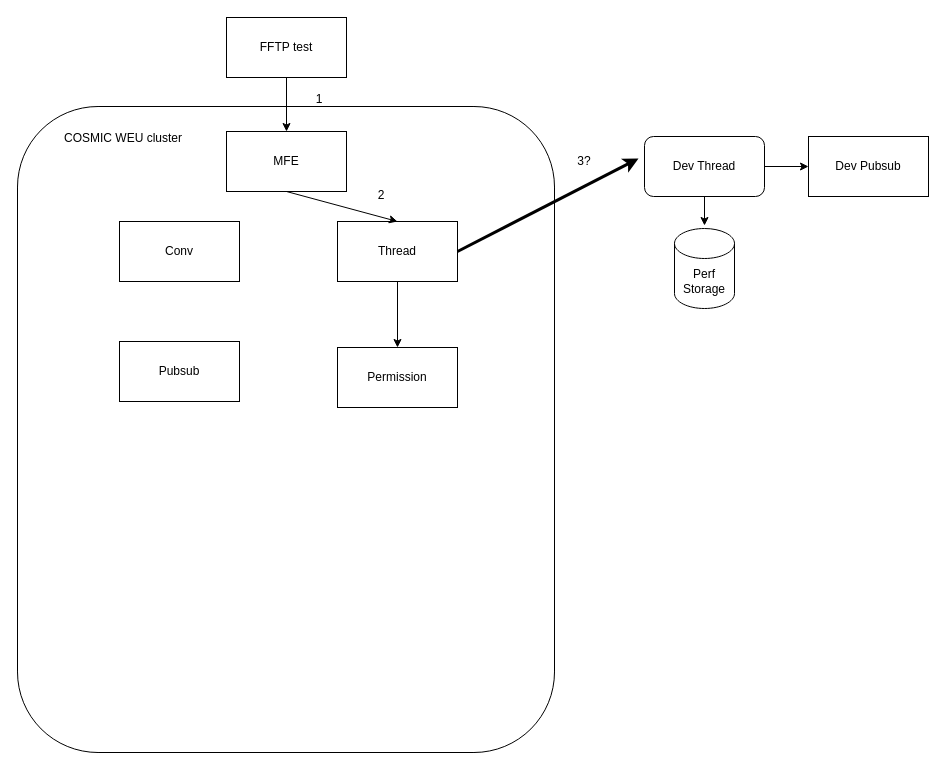
Above: page "Service buildout flow details" (10 of 10) of buildout.drawio in nonly/timewheel (draw.io), before the change. Source tidied: cells renumbered, new cells numbered last; positions are measured from the earlier drawing's top-left corner, leaving out a move shared by most shapes. Both pictures are drawn from the tidied source at 100%, with x=0, y=0 at pixel (17, 17).
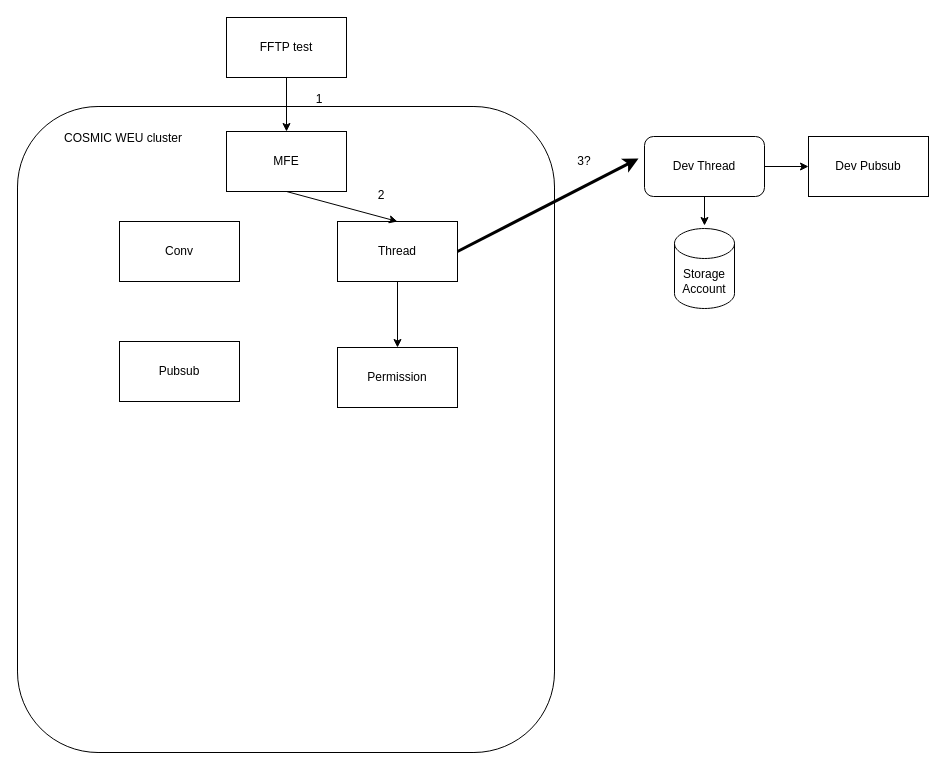
Above is the later version.

What changed in the source:
```diff
@@
-    <mxCell id="12" value="Perf Storage" style="shape=cylinder3;whiteSpace=wrap;html=1;boundedLbl=1;backgroundOutline=1;size=15;" parent="1" vertex="1">
+    <mxCell id="12" value="Storage Account" style="shape=cylinder3;whiteSpace=wrap;html=1;boundedLbl=1;backgroundOutline=1;size=15;" parent="1" vertex="1">
       <mxGeometry x="657" y="211" width="60" height="80" as="geometry" />
     </mxCell>
```
